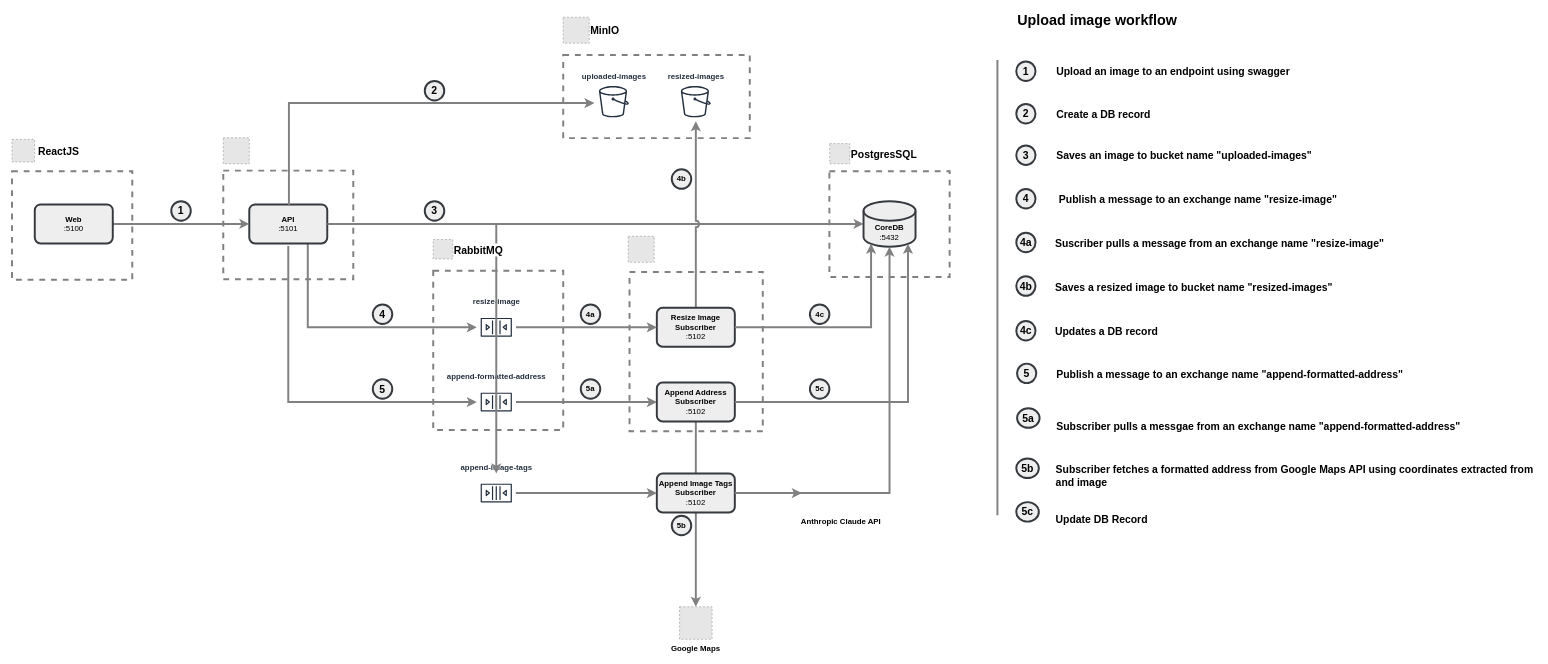
Before: page "Application Architecture" (1 of 11) of drawio/architecture.drawio in k8sforum/intro-to-k8s, a draw.io diagram. Source tidied: cells renumbered, new cells numbered last; positions are measured from the earlier drawing's top-left corner, leaving out a move shared by most shapes. Both pictures are drawn from the tidied source at 65%, with x=0, y=0 at pixel (12, 11). Pictures stored in the file or linked from it are replaced by grey dashed boxes.
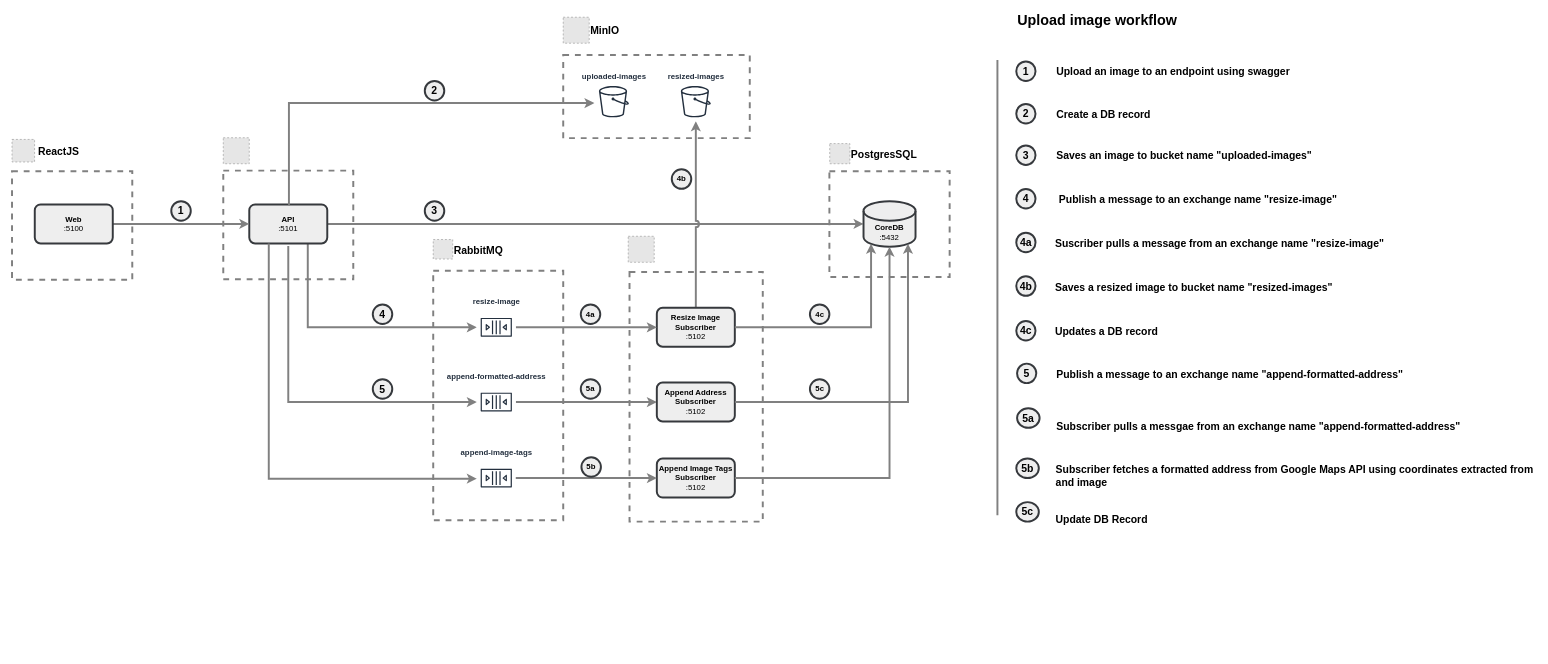
The same page after the edit.

Unchanged cells that the change refers to:
```xml
<mxCell id="10" value="&lt;b&gt;API&lt;/b&gt;&lt;div&gt;:5101&lt;/div&gt;" style="rounded=1;whiteSpace=wrap;html=1;strokeWidth=3;fillColor=#eeeeee;strokeColor=#36393d;" parent="1" vertex="1">
  <mxGeometry x="365" y="297" width="120" height="60" as="geometry" />
</mxCell>
<mxCell id="21" value="&lt;b&gt;Append Address&lt;/b&gt;&lt;div&gt;&lt;b&gt;Subscriber&lt;/b&gt;&lt;/div&gt;&lt;div&gt;:5102&lt;/div&gt;" style="rounded=1;whiteSpace=wrap;html=1;fillColor=#eeeeee;strokeColor=#36393d;strokeWidth=3;" parent="1" vertex="1">
  <mxGeometry x="992" y="571" width="120" height="60" as="geometry" />
</mxCell>
```

The edit, as a diff of the source:
```diff
@@
     <mxCell id="4" style="rounded=0;whiteSpace=wrap;html=1;strokeWidth=3;dashed=1;strokeColor=#808080;" parent="1" vertex="1">
-      <mxGeometry x="950" y="401" width="205" height="245" as="geometry" />
+      <mxGeometry x="950" y="401" width="205" height="384" as="geometry" />
     </mxCell>
     <mxCell id="5" style="rounded=0;whiteSpace=wrap;html=1;strokeWidth=3;strokeColor=#808080;dashed=1;" parent="1" vertex="1">
-      <mxGeometry x="648" y="399" width="200" height="245" as="geometry" />
+      <mxGeometry x="648" y="399" width="200" height="384" as="geometry" />
     </mxCell>
@@
-    <mxCell id="16" style="edgeStyle=orthogonalEdgeStyle;rounded=0;jettySize=auto;html=1;entryX=0.5;entryY=0;entryDx=0;entryDy=0;strokeWidth=3;strokeColor=#808080;exitX=0.5;exitY=1;exitDx=0;exitDy=0;" parent="1" edge="1" source="21" target="29">
-      <mxGeometry relative="1" as="geometry" />
-    </mxCell>
@@
     <mxCell id="22" value="&lt;b&gt;append-image-tags&lt;/b&gt;" style="sketch=0;outlineConnect=0;fontColor=#232F3E;gradientColor=none;strokeColor=#232F3E;fillColor=#ffffff;dashed=0;verticalLabelPosition=top;verticalAlign=bottom;align=center;html=1;fontSize=12;fontStyle=0;shape=mxgraph.aws4.resourceIcon;resIcon=mxgraph.aws4.queue;labelPosition=center;strokeWidth=3;" parent="1" vertex="1">
-      <mxGeometry x="715" y="711" width="60" height="60" as="geometry" />
+      <mxGeometry x="715" y="688" width="60" height="60" as="geometry" />
     </mxCell>
     <mxCell id="23" value="&lt;b&gt;Append Image Tags&lt;/b&gt;&lt;div&gt;&lt;b&gt;Subscriber&lt;/b&gt;&lt;/div&gt;&lt;div&gt;:5102&lt;/div&gt;" style="rounded=1;whiteSpace=wrap;html=1;fillColor=#eeeeee;strokeColor=#36393d;strokeWidth=3;" parent="1" vertex="1">
-      <mxGeometry x="992" y="711" width="120" height="60" as="geometry" />
+      <mxGeometry x="992" y="688" width="120" height="60" as="geometry" />
     </mxCell>
-    <mxCell id="24" value="&lt;b&gt;Anthropic Claude API&lt;/b&gt;" style="shape=image;verticalLabelPosition=bottom;labelBackgroundColor=default;verticalAlign=top;imageAspect=0;html=1;fillColor=#eeeeee;strokeColor=#36393d;" parent="1" vertex="1">
-      <mxGeometry x="1215" y="711" width="120" height="60" as="geometry" />
-    </mxCell>
@@
-    <mxCell id="27" style="edgeStyle=orthogonalEdgeStyle;rounded=0;jettySize=auto;html=1;strokeColor=#808080;strokeWidth=3;" parent="1" edge="1" source="23" target="24">
-      <mxGeometry relative="1" as="geometry" />
-    </mxCell>
     <mxCell id="28" style="edgeStyle=orthogonalEdgeStyle;rounded=0;jettySize=auto;html=1;strokeColor=#808080;strokeWidth=3;" parent="1" edge="1" source="10" target="22">
-      <mxGeometry relative="1" as="geometry" />
+      <mxGeometry relative="1" as="geometry">
+        <Array as="points">
+          <mxPoint x="395" y="719" />
+        </Array>
+      </mxGeometry>
     </mxCell>
-    <mxCell id="29" value="Google Maps" style="fillColor=#E6E6E6;strokeColor=#999999;dashed=1;verticalLabelPosition=bottom;labelBackgroundColor=default;verticalAlign=top;fontStyle=1;" parent="1" vertex="1">
-      <mxGeometry x="1027" y="916" width="50" height="50" as="geometry" />
-    </mxCell>
@@
     <mxCell id="46" value="&lt;b&gt;5b&lt;/b&gt;" style="ellipse;whiteSpace=wrap;html=1;fillColor=#eeeeee;strokeColor=#36393d;strokeWidth=3;" parent="1" vertex="1">
-      <mxGeometry x="1015" y="776" width="30" height="30" as="geometry" />
+      <mxGeometry x="876" y="686" width="30" height="30" as="geometry" />
     </mxCell>
```
